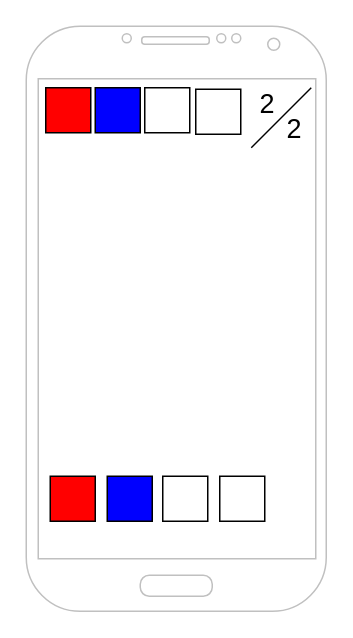
Above: docs/work/wireframe.drawio in tnordquist/codebreaker-android-v2 (draw.io), before the change. Source tidied: cells renumbered, new cells numbered last; positions are measured from the earlier drawing's top-left corner, leaving out a move shared by most shapes. Both pictures are drawn from the tidied source at 150%, with x=0, y=0 at pixel (26, 26).
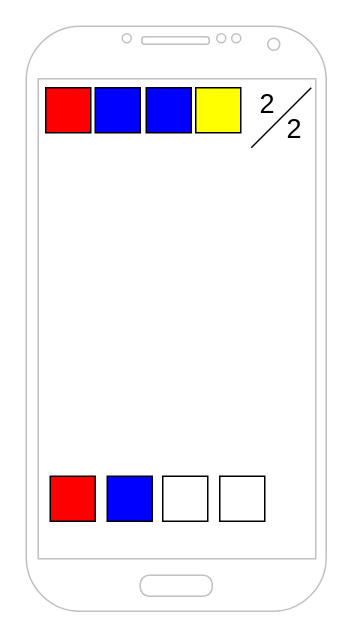
After the change.

Diff of the diagram source:
```diff
@@
 <mxGraphModel>
   <root>
     <mxCell id="0" />
     <mxCell id="1" parent="0" />
     <mxCell id="2" style="verticalLabelPosition=bottom;verticalAlign=top;html=1;shadow=0;dashed=0;strokeWidth=1;shape=mxgraph.android.phone2;strokeColor=#c0c0c0;" parent="1" vertex="1">
       <mxGeometry width="200" height="390" as="geometry" />
     </mxCell>
     <mxCell id="3" style="rounded=0;whiteSpace=wrap;html=1;fillColor=#FF0000;" parent="1" vertex="1">
       <mxGeometry x="16" y="300" width="30" height="30" as="geometry" />
     </mxCell>
     <mxCell id="4" style="rounded=0;whiteSpace=wrap;html=1;fillColor=#0000FF;" parent="1" vertex="1">
       <mxGeometry x="54" y="300" width="30" height="30" as="geometry" />
     </mxCell>
     <mxCell id="5" style="rounded=0;whiteSpace=wrap;html=1;" parent="1" vertex="1">
       <mxGeometry x="91" y="300" width="30" height="30" as="geometry" />
     </mxCell>
     <mxCell id="6" style="rounded=0;whiteSpace=wrap;html=1;" parent="1" vertex="1">
       <mxGeometry x="129" y="300" width="30" height="30" as="geometry" />
     </mxCell>
     <mxCell id="7" style="rounded=0;whiteSpace=wrap;html=1;fillColor=#FF0000;" parent="1" vertex="1">
       <mxGeometry x="13" y="41" width="30" height="30" as="geometry" />
     </mxCell>
     <mxCell id="8" style="rounded=0;whiteSpace=wrap;html=1;fillColor=#0000FF;" parent="1" vertex="1">
       <mxGeometry x="46" y="41" width="30" height="30" as="geometry" />
     </mxCell>
-    <mxCell id="9" style="rounded=0;whiteSpace=wrap;html=1;" parent="1" vertex="1">
-      <mxGeometry x="79" y="41" width="30" height="30" as="geometry" />
+    <mxCell id="9" style="rounded=0;whiteSpace=wrap;html=1;fillColor=#0000FF;" parent="1" vertex="1">
+      <mxGeometry x="80" y="41" width="30" height="30" as="geometry" />
     </mxCell>
-    <mxCell id="10" style="rounded=0;whiteSpace=wrap;html=1;" parent="1" vertex="1">
-      <mxGeometry x="113" y="42" width="30" height="30" as="geometry" />
+    <mxCell id="10" style="rounded=0;whiteSpace=wrap;html=1;fillColor=#FFFF00;" parent="1" vertex="1">
+      <mxGeometry x="113" y="41" width="30" height="30" as="geometry" />
     </mxCell>
     <mxCell id="11" value="2" style="text;html=1;strokeColor=none;fillColor=none;align=center;verticalAlign=middle;whiteSpace=wrap;rounded=0;fontSize=18;" parent="1" vertex="1">
       <mxGeometry x="153" y="42" width="16" height="20" as="geometry" />
     </mxCell>
     <mxCell id="12" style="endArrow=none;html=1;" parent="1" edge="1">
       <mxGeometry relative="1" as="geometry">
         <mxPoint x="150" y="81" as="sourcePoint" />
         <mxPoint x="190" y="41" as="targetPoint" />
       </mxGeometry>
     </mxCell>
     <mxCell id="13" value="2" style="text;html=1;strokeColor=none;fillColor=none;align=center;verticalAlign=middle;whiteSpace=wrap;rounded=0;fontSize=18;" parent="1" vertex="1">
       <mxGeometry x="171" y="59" width="16" height="20" as="geometry" />
     </mxCell>
   </root>
 </mxGraphModel>
```
